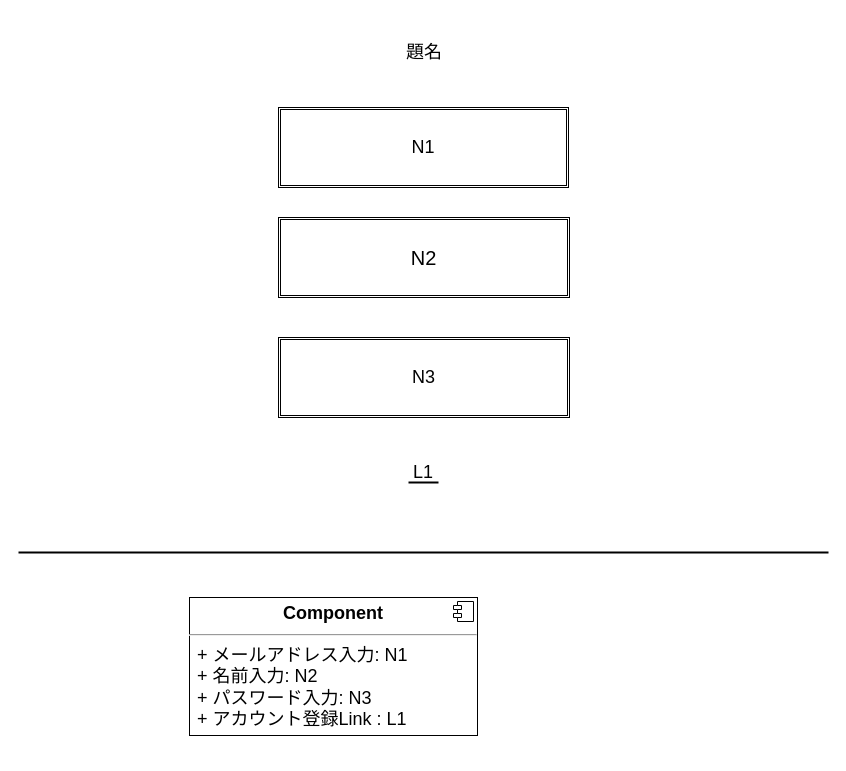
Earlier version of the draw.io diagram page "ログイン画面" (4 of 4) of 画面設計.drawio (ringohoka/AnnounceSituation). Source tidied: cells renumbered, new cells numbered last; positions are measured from the earlier drawing's top-left corner, leaving out a move shared by most shapes. Both pictures are drawn from the tidied source at 100%, with x=0, y=0 at pixel (18, 17).
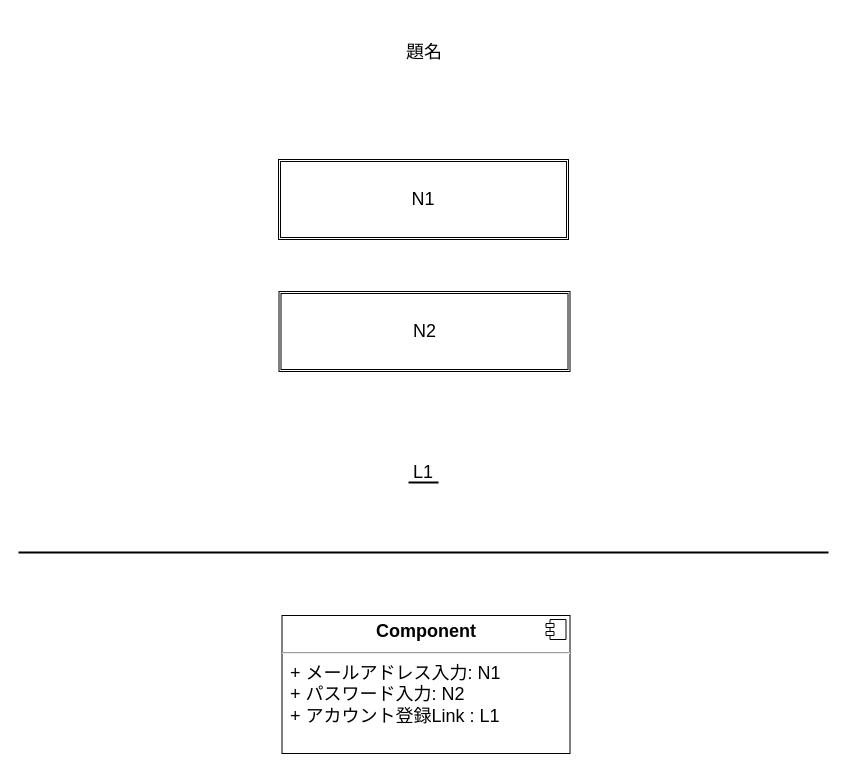
Above is the later version.

Commit message:
画面設計.drawio を更新します

What changed in the source:
```diff
@@
 <mxGraphModel>
   <root>
     <mxCell id="0" />
     <mxCell id="1" parent="0" />
     <mxCell id="2" style="line;strokeWidth=2;html=1;" parent="1" vertex="1">
       <mxGeometry y="530" width="810" height="10" as="geometry" />
     </mxCell>
     <mxCell id="3" value="N1" style="shape=ext;double=1;rounded=0;whiteSpace=wrap;html=1;fontSize=18;" parent="1" vertex="1">
-      <mxGeometry x="260" y="90" width="290" height="80" as="geometry" />
+      <mxGeometry x="260" y="142" width="290" height="80" as="geometry" />
     </mxCell>
-    <mxCell id="4" value="N2" style="shape=ext;double=1;rounded=0;whiteSpace=wrap;html=1;fontSize=20;" parent="1" vertex="1">
-      <mxGeometry x="260" y="200" width="291" height="80" as="geometry" />
-    </mxCell>
     <mxCell id="5" value="題名" style="text;html=1;strokeColor=none;fillColor=none;align=center;verticalAlign=middle;whiteSpace=wrap;rounded=0;fontSize=18;" parent="1" vertex="1">
       <mxGeometry x="281" width="250" height="70" as="geometry" />
     </mxCell>
     <mxCell id="6" value="L1" style="text;html=1;strokeColor=none;fillColor=none;align=center;verticalAlign=middle;whiteSpace=wrap;rounded=0;fontSize=18;" parent="1" vertex="1">
       <mxGeometry x="375" y="440" width="60" height="30" as="geometry" />
     </mxCell>
     <mxCell id="7" style="line;strokeWidth=2;html=1;fontSize=18;" parent="1" vertex="1">
       <mxGeometry x="390" y="460" width="30" height="10" as="geometry" />
     </mxCell>
-    <mxCell id="8" value="&lt;p style=&quot;margin:0px;margin-top:6px;text-align:center;&quot;&gt;&lt;b&gt;Component&lt;/b&gt;&lt;/p&gt;&lt;hr&gt;&lt;p style=&quot;margin:0px;margin-left:8px;&quot;&gt;+ メールアドレス入力: N1&lt;br&gt;+ 名前入力: N2&lt;/p&gt;&lt;p style=&quot;margin:0px;margin-left:8px;&quot;&gt;+ パスワード入力: N3&lt;/p&gt;&lt;p style=&quot;margin:0px;margin-left:8px;&quot;&gt;+ アカウント登録Link : L1&lt;/p&gt;" style="align=left;overflow=fill;html=1;fontSize=18;" parent="1" vertex="1">
-      <mxGeometry x="171" y="580" width="288" height="138" as="geometry" />
+    <mxCell id="8" value="&lt;p style=&quot;margin:0px;margin-top:6px;text-align:center;&quot;&gt;&lt;b&gt;Component&lt;/b&gt;&lt;/p&gt;&lt;hr&gt;&lt;p style=&quot;margin:0px;margin-left:8px;&quot;&gt;+ メールアドレス入力: N1&lt;br&gt;&lt;/p&gt;&lt;p style=&quot;margin:0px;margin-left:8px;&quot;&gt;+ パスワード入力: N2&lt;/p&gt;&lt;p style=&quot;margin:0px;margin-left:8px;&quot;&gt;+ アカウント登録Link : L1&lt;/p&gt;" style="align=left;overflow=fill;html=1;fontSize=18;" parent="1" vertex="1">
+      <mxGeometry x="263.5" y="598" width="288" height="138" as="geometry" />
     </mxCell>
     <mxCell id="9" style="shape=component;jettyWidth=8;jettyHeight=4;fontSize=18;" parent="8" vertex="1">
       <mxGeometry x="1" width="20" height="20" relative="1" as="geometry">
         <mxPoint x="-24" y="4" as="offset" />
       </mxGeometry>
     </mxCell>
-    <mxCell id="10" value="N3" style="shape=ext;double=1;rounded=0;whiteSpace=wrap;html=1;fontSize=18;" parent="1" vertex="1">
-      <mxGeometry x="260" y="320" width="291" height="80" as="geometry" />
+    <mxCell id="10" value="N2" style="shape=ext;double=1;rounded=0;whiteSpace=wrap;html=1;fontSize=18;" parent="1" vertex="1">
+      <mxGeometry x="260.5" y="274" width="291" height="80" as="geometry" />
     </mxCell>
   </root>
 </mxGraphModel>
```
